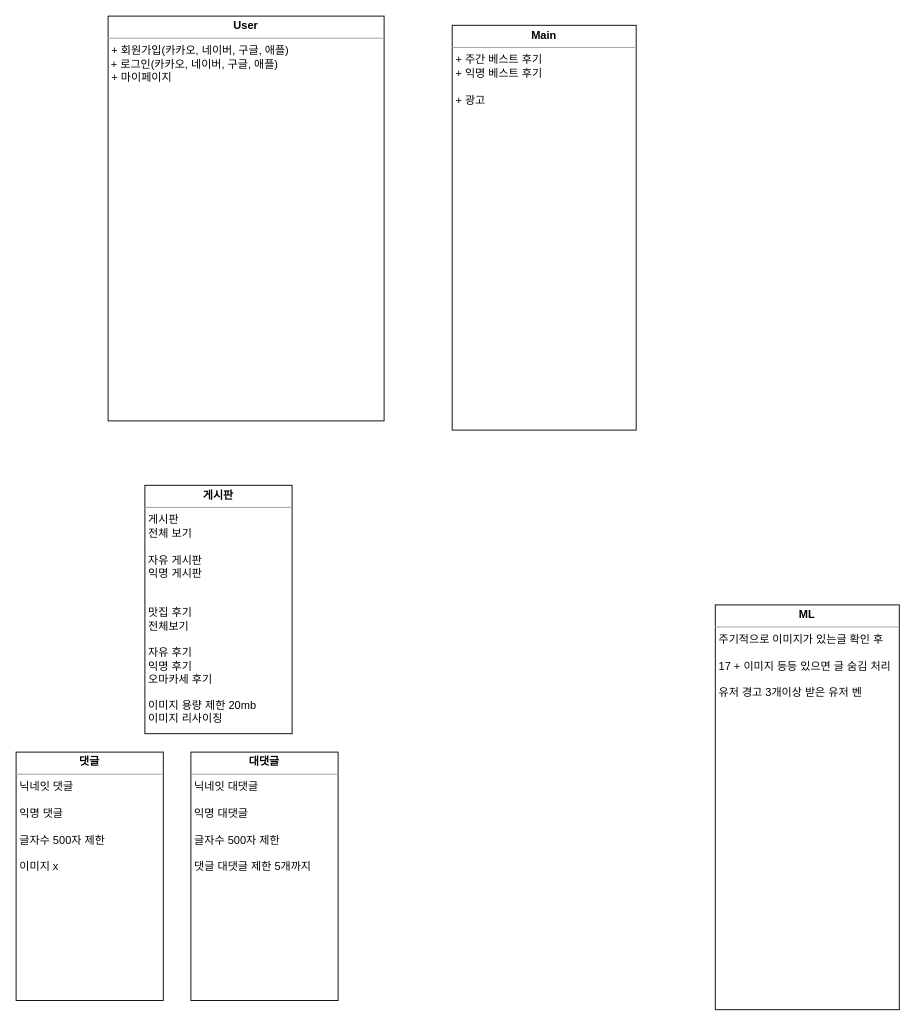
The draw.io diagram page "필수 기능" (2 of 4) of 맛기.drawio in Butler-SIM/-_docs, before the edit. Source tidied: cells renumbered, new cells numbered last; positions are measured from the earlier drawing's top-left corner, leaving out a move shared by most shapes. Both pictures are drawn from the tidied source at 92%, with x=0, y=0 at pixel (16, 16).
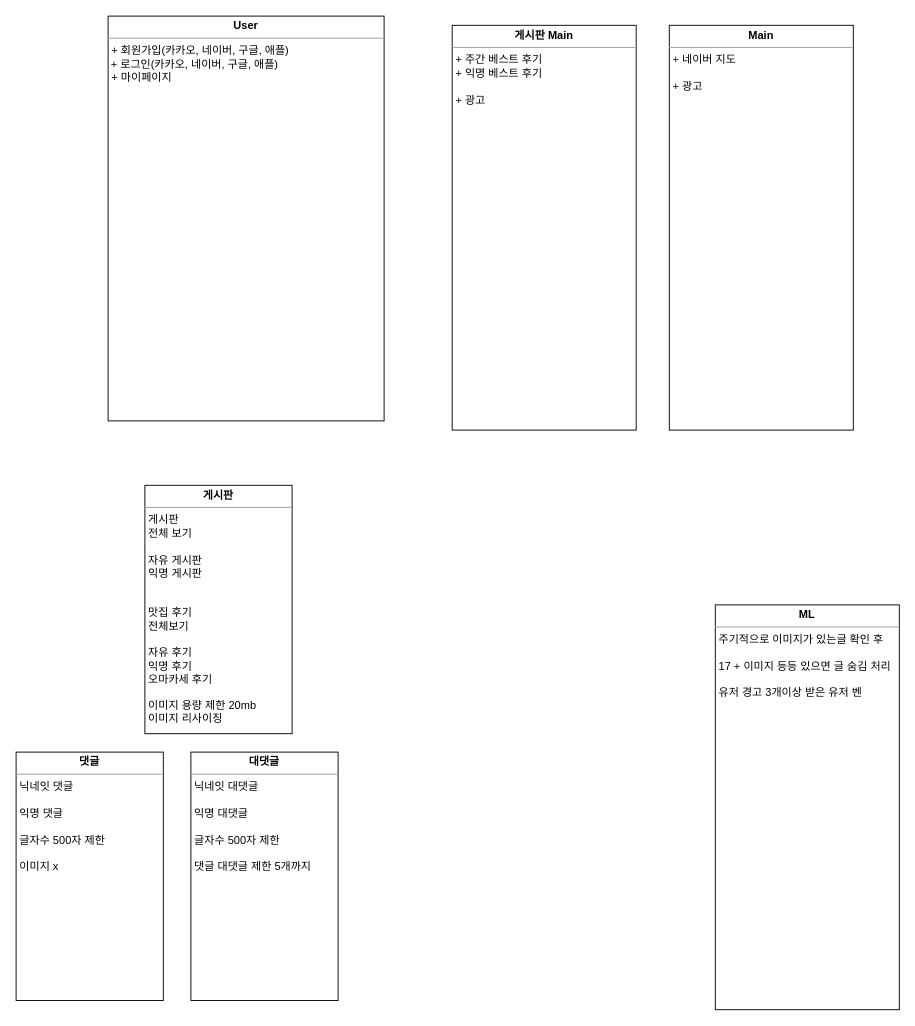
The same diagram, later.

Diff of the diagram source:
```diff
@@
 <mxGraphModel>
   <root>
     <mxCell id="0" />
     <mxCell id="1" parent="0" />
     <mxCell id="2" value="&lt;p style=&quot;margin:0px;margin-top:4px;text-align:center;&quot;&gt;&lt;b&gt;User&lt;/b&gt;&lt;/p&gt;&lt;hr size=&quot;1&quot;&gt;&lt;p style=&quot;margin:0px;margin-left:4px;&quot;&gt;+ 회원가입(카카오, 네이버, 구글, 애플)&lt;/p&gt;&amp;nbsp;+ 로그인(카카오, 네이버, 구글, 애플)&lt;br&gt;&lt;p style=&quot;margin:0px;margin-left:4px;&quot;&gt;+ 마이페이지&lt;/p&gt;" style="verticalAlign=top;align=left;overflow=fill;fontSize=12;fontFamily=Helvetica;html=1;" parent="1" vertex="1">
       <mxGeometry x="100" width="300" height="440" as="geometry" />
     </mxCell>
-    <mxCell id="3" value="&lt;p style=&quot;margin:0px;margin-top:4px;text-align:center;&quot;&gt;&lt;b&gt;Main&lt;/b&gt;&lt;/p&gt;&lt;hr size=&quot;1&quot;&gt;&lt;p style=&quot;margin:0px;margin-left:4px;&quot;&gt;+ 주간 베스트 후기&lt;/p&gt;&lt;p style=&quot;margin:0px;margin-left:4px;&quot;&gt;+ 익명 베스트 후기&lt;/p&gt;&lt;p style=&quot;margin:0px;margin-left:4px;&quot;&gt;&lt;br&gt;&lt;/p&gt;&lt;p style=&quot;margin:0px;margin-left:4px;&quot;&gt;+ 광고&lt;/p&gt;" style="verticalAlign=top;align=left;overflow=fill;fontSize=12;fontFamily=Helvetica;html=1;" parent="1" vertex="1">
+    <mxCell id="3" value="&lt;p style=&quot;margin:0px;margin-top:4px;text-align:center;&quot;&gt;&lt;b&gt;게시판 Main&lt;/b&gt;&lt;/p&gt;&lt;hr size=&quot;1&quot;&gt;&lt;p style=&quot;margin:0px;margin-left:4px;&quot;&gt;+ 주간 베스트 후기&lt;/p&gt;&lt;p style=&quot;margin:0px;margin-left:4px;&quot;&gt;+ 익명 베스트 후기&lt;/p&gt;&lt;p style=&quot;margin:0px;margin-left:4px;&quot;&gt;&lt;br&gt;&lt;/p&gt;&lt;p style=&quot;margin:0px;margin-left:4px;&quot;&gt;+ 광고&lt;/p&gt;" style="verticalAlign=top;align=left;overflow=fill;fontSize=12;fontFamily=Helvetica;html=1;" parent="1" vertex="1">
       <mxGeometry x="474" y="10" width="200" height="440" as="geometry" />
     </mxCell>
     <mxCell id="4" value="&lt;p style=&quot;margin:0px;margin-top:4px;text-align:center;&quot;&gt;&lt;b&gt;게시판&lt;/b&gt;&lt;/p&gt;&lt;hr size=&quot;1&quot;&gt;&lt;p style=&quot;margin:0px;margin-left:4px;&quot;&gt;게시판&lt;/p&gt;&lt;p style=&quot;margin:0px;margin-left:4px;&quot;&gt;전체 보기&lt;/p&gt;&lt;p style=&quot;margin:0px;margin-left:4px;&quot;&gt;&lt;br&gt;&lt;/p&gt;&lt;p style=&quot;margin:0px;margin-left:4px;&quot;&gt;자유 게시판&lt;/p&gt;&lt;p style=&quot;margin:0px;margin-left:4px;&quot;&gt;익명 게시판&lt;/p&gt;&lt;p style=&quot;margin:0px;margin-left:4px;&quot;&gt;&lt;br&gt;&lt;/p&gt;&lt;p style=&quot;margin:0px;margin-left:4px;&quot;&gt;&lt;br&gt;&lt;/p&gt;&lt;p style=&quot;margin:0px;margin-left:4px;&quot;&gt;맛집 후기&lt;/p&gt;&lt;p style=&quot;margin:0px;margin-left:4px;&quot;&gt;전체보기&lt;/p&gt;&lt;p style=&quot;margin:0px;margin-left:4px;&quot;&gt;&lt;br&gt;&lt;/p&gt;&lt;p style=&quot;margin:0px;margin-left:4px;&quot;&gt;자유 후기&lt;/p&gt;&lt;p style=&quot;margin:0px;margin-left:4px;&quot;&gt;익명 후기&lt;br&gt;&lt;/p&gt;&lt;p style=&quot;margin:0px;margin-left:4px;&quot;&gt;오마카세 후기&lt;/p&gt;&lt;p style=&quot;margin:0px;margin-left:4px;&quot;&gt;&lt;br&gt;&lt;/p&gt;&lt;p style=&quot;margin:0px;margin-left:4px;&quot;&gt;이미지 용량 제한 20mb&lt;/p&gt;&lt;p style=&quot;margin:0px;margin-left:4px;&quot;&gt;이미지 리사이징&lt;/p&gt;&lt;p style=&quot;margin:0px;margin-left:4px;&quot;&gt;&lt;br&gt;&lt;/p&gt;" style="verticalAlign=top;align=left;overflow=fill;fontSize=12;fontFamily=Helvetica;html=1;" parent="1" vertex="1">
       <mxGeometry x="140" y="510" width="160" height="270" as="geometry" />
     </mxCell>
     <mxCell id="5" value="&lt;p style=&quot;margin:0px;margin-top:4px;text-align:center;&quot;&gt;&lt;b&gt;댓글&lt;/b&gt;&lt;/p&gt;&lt;hr size=&quot;1&quot;&gt;&lt;p style=&quot;margin:0px;margin-left:4px;&quot;&gt;닉네잇 댓글&lt;/p&gt;&lt;p style=&quot;margin:0px;margin-left:4px;&quot;&gt;&lt;br&gt;&lt;/p&gt;&lt;p style=&quot;margin:0px;margin-left:4px;&quot;&gt;익명 댓글&lt;/p&gt;&lt;p style=&quot;margin:0px;margin-left:4px;&quot;&gt;&lt;br&gt;&lt;/p&gt;&lt;p style=&quot;margin:0px;margin-left:4px;&quot;&gt;글자수 500자 제한&lt;/p&gt;&lt;p style=&quot;margin:0px;margin-left:4px;&quot;&gt;&lt;br&gt;&lt;/p&gt;&lt;p style=&quot;margin:0px;margin-left:4px;&quot;&gt;이미지 x&lt;/p&gt;&lt;p style=&quot;margin:0px;margin-left:4px;&quot;&gt;&lt;br&gt;&lt;/p&gt;" style="verticalAlign=top;align=left;overflow=fill;fontSize=12;fontFamily=Helvetica;html=1;" parent="1" vertex="1">
       <mxGeometry y="800" width="160" height="270" as="geometry" />
     </mxCell>
     <mxCell id="6" value="&lt;p style=&quot;margin:0px;margin-top:4px;text-align:center;&quot;&gt;&lt;b&gt;대댓글&lt;/b&gt;&lt;/p&gt;&lt;hr size=&quot;1&quot;&gt;&lt;p style=&quot;margin:0px;margin-left:4px;&quot;&gt;닉네잇 대댓글&lt;/p&gt;&lt;p style=&quot;margin:0px;margin-left:4px;&quot;&gt;&lt;br&gt;&lt;/p&gt;&lt;p style=&quot;margin:0px;margin-left:4px;&quot;&gt;익명 대댓글&lt;/p&gt;&lt;p style=&quot;margin:0px;margin-left:4px;&quot;&gt;&lt;br&gt;&lt;/p&gt;&lt;p style=&quot;margin:0px;margin-left:4px;&quot;&gt;글자수 500자 제한&lt;/p&gt;&lt;p style=&quot;margin:0px;margin-left:4px;&quot;&gt;&lt;br&gt;&lt;/p&gt;&lt;p style=&quot;margin:0px;margin-left:4px;&quot;&gt;댓글 대댓글 제한 5개까지&lt;/p&gt;&lt;p style=&quot;margin:0px;margin-left:4px;&quot;&gt;&lt;br&gt;&lt;/p&gt;&lt;p style=&quot;margin:0px;margin-left:4px;&quot;&gt;&lt;br&gt;&lt;/p&gt;" style="verticalAlign=top;align=left;overflow=fill;fontSize=12;fontFamily=Helvetica;html=1;" parent="1" vertex="1">
       <mxGeometry x="190" y="800" width="160" height="270" as="geometry" />
     </mxCell>
     <mxCell id="7" value="&lt;p style=&quot;margin:0px;margin-top:4px;text-align:center;&quot;&gt;&lt;b&gt;ML&lt;/b&gt;&lt;/p&gt;&lt;hr size=&quot;1&quot;&gt;&lt;p style=&quot;margin:0px;margin-left:4px;&quot;&gt;주기적으로 이미지가 있는글 확인 후&lt;/p&gt;&lt;p style=&quot;margin:0px;margin-left:4px;&quot;&gt;&lt;br&gt;&lt;/p&gt;&lt;p style=&quot;margin:0px;margin-left:4px;&quot;&gt;17 + 이미지 등등 있으면 글 숨김 처리&lt;/p&gt;&lt;p style=&quot;margin:0px;margin-left:4px;&quot;&gt;&lt;br&gt;&lt;/p&gt;&lt;p style=&quot;margin:0px;margin-left:4px;&quot;&gt;유저 경고 3개이상 받은 유저 벤&lt;/p&gt;" style="verticalAlign=top;align=left;overflow=fill;fontSize=12;fontFamily=Helvetica;html=1;" parent="1" vertex="1">
       <mxGeometry x="760" y="640" width="200" height="440" as="geometry" />
     </mxCell>
+    <mxCell id="8" value="&lt;p style=&quot;margin:0px;margin-top:4px;text-align:center;&quot;&gt;&lt;b&gt;Main&lt;/b&gt;&lt;/p&gt;&lt;hr size=&quot;1&quot;&gt;&lt;p style=&quot;margin:0px;margin-left:4px;&quot;&gt;+ 네이버 지도&lt;/p&gt;&lt;p style=&quot;margin:0px;margin-left:4px;&quot;&gt;&lt;br&gt;&lt;/p&gt;&lt;p style=&quot;margin:0px;margin-left:4px;&quot;&gt;+ 광고&lt;/p&gt;" style="verticalAlign=top;align=left;overflow=fill;fontSize=12;fontFamily=Helvetica;html=1;" parent="1" vertex="1">
+      <mxGeometry x="710" y="10" width="200" height="440" as="geometry" />
+    </mxCell>
   </root>
 </mxGraphModel>
```
